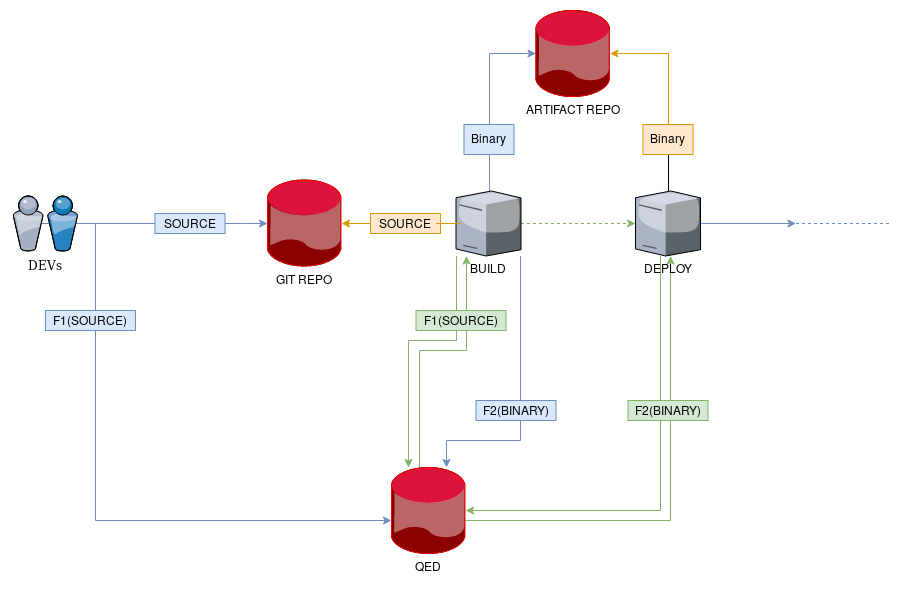
BBVA/qed keeps this draw.io diagram as rtd_docs/source/_static/images/Uc1.png. Above is the earlier version. Source tidied: cells renumbered, new cells last; positions are measured from the earlier drawing's top-left corner, leaving out a move shared by most shapes.
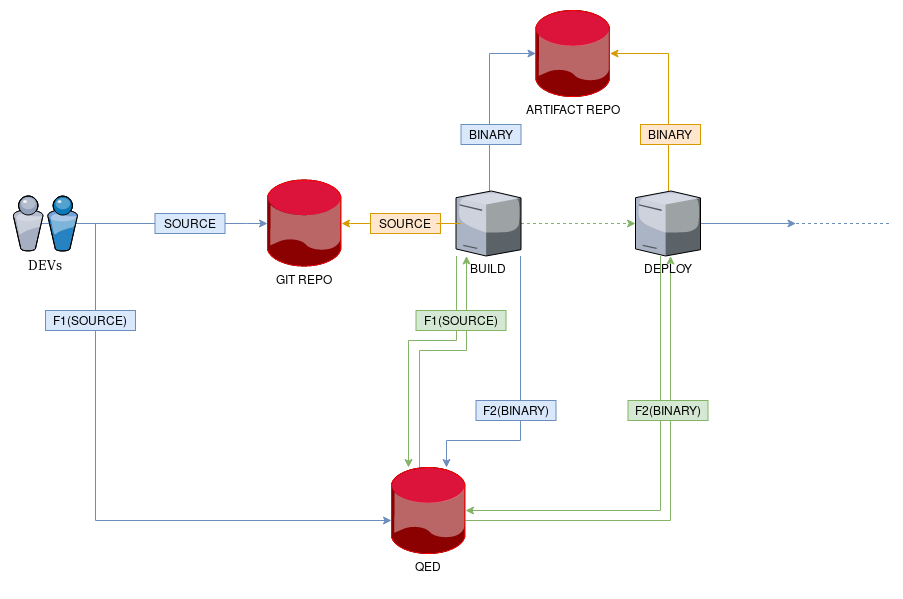
After the change.

Change to the diagram source:
```diff
@@ -93,15 +93,6 @@
     <mxCell id="19" value="&lt;div&gt;DEPLOY&lt;/div&gt;&lt;div&gt;&lt;br&gt;&lt;/div&gt;" style="verticalLabelPosition=bottom;html=1;verticalAlign=top;strokeColor=none;align=center;outlineConnect=0;shape=mxgraph.citrix.license_server;" parent="1" vertex="1">
       <mxGeometry x="622" y="180.5" width="65" height="65" as="geometry" />
     </mxCell>
-    <mxCell id="20" style="edgeStyle=orthogonalEdgeStyle;rounded=0;jettySize=auto;html=1;endArrow=none;endFill=0;fontSize=12;" parent="1" edge="1" source="21" target="19">
-      <mxGeometry relative="1" as="geometry" />
-    </mxCell>
-    <mxCell id="21" value="&lt;div style=&quot;font-size: 12px;&quot; align=&quot;center&quot;&gt;Binary&lt;/div&gt;&lt;div style=&quot;font-size: 12px;&quot; align=&quot;center&quot;&gt;&lt;br style=&quot;font-size: 12px;&quot;&gt;&lt;/div&gt;" style="text;html=1;points=[];align=center;verticalAlign=top;spacingTop=1;fillColor=#ffe6cc;strokeColor=#d79b00;fontSize=12;" parent="1" vertex="1">
-      <mxGeometry x="629.5" y="114" width="50" height="30" as="geometry" />
-    </mxCell>
-    <mxCell id="22" value="&lt;div style=&quot;font-size: 12px;&quot; align=&quot;center&quot;&gt;Binary&lt;/div&gt;&lt;div style=&quot;font-size: 12px;&quot; align=&quot;center&quot;&gt;&lt;br style=&quot;font-size: 12px;&quot;&gt;&lt;/div&gt;" style="text;html=1;align=center;verticalAlign=top;spacingTop=1;fillColor=#dae8fc;strokeColor=#6c8ebf;fontSize=12;" parent="1" vertex="1">
-      <mxGeometry x="450.5" y="114" width="50" height="30" as="geometry" />
-    </mxCell>
     <mxCell id="23" value="F1(SOURCE)" style="text;html=1;align=center;verticalAlign=top;spacingTop=-3;fillColor=#dae8fc;strokeColor=#6c8ebf;fontSize=12;" parent="1" vertex="1">
       <mxGeometry x="32" y="300" width="90" height="20" as="geometry" />
     </mxCell>
@@ -132,5 +123,11 @@
         <mxPoint x="878" y="213" as="targetPoint" />
       </mxGeometry>
     </mxCell>
+    <mxCell id="32" value="BINARY" style="text;html=1;align=center;verticalAlign=top;spacingTop=-3;fillColor=#ffe6cc;strokeColor=#d79b00;fontSize=12;" parent="1" vertex="1">
+      <mxGeometry x="627" y="114" width="60" height="20" as="geometry" />
+    </mxCell>
+    <mxCell id="33" value="BINARY" style="text;html=1;align=center;verticalAlign=top;spacingTop=-3;fillColor=#dae8fc;strokeColor=#6c8ebf;fontSize=12;" parent="1" vertex="1">
+      <mxGeometry x="447.5" y="114" width="60" height="20" as="geometry" />
+    </mxCell>
   </root>
 </mxGraphModel>
```
